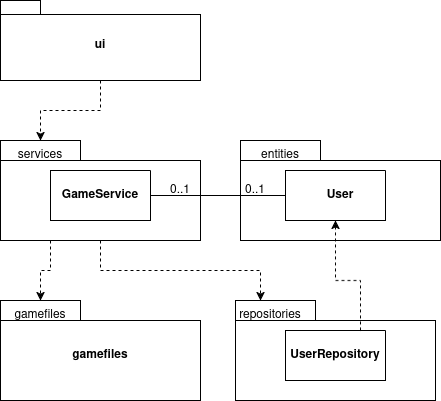
Before: dokumentaatio/kuvat/arkkitehtuuri-pakkaus-luokat.png, a diagram exported from draw.io (jaahauss/ot-harjoitustyo). Source tidied: cells renumbered, new cells last; positions are measured from the earlier drawing's top-left corner, leaving out a move shared by most shapes.
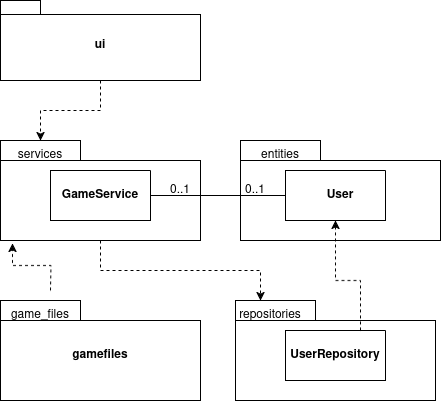
Above is the later version.

What changed in the source:
```diff
@@ -17,8 +17,10 @@
         </Array>
       </mxGeometry>
     </mxCell>
-    <mxCell id="5" style="edgeStyle=orthogonalEdgeStyle;rounded=0;jettySize=auto;html=1;exitX=0.25;exitY=1;exitDx=0;exitDy=0;exitPerimeter=0;entryX=0.5;entryY=0;entryDx=0;entryDy=0;dashed=1;" parent="1" edge="1" source="6" target="20">
-      <mxGeometry relative="1" as="geometry" />
+    <mxCell id="5" style="edgeStyle=orthogonalEdgeStyle;rounded=0;jettySize=auto;html=1;entryX=0.06;entryY=1.03;entryDx=0;entryDy=0;dashed=1;entryPerimeter=0;" parent="1" edge="1" target="6">
+      <mxGeometry relative="1" as="geometry">
+        <mxPoint x="50" y="290" as="sourcePoint" />
+      </mxGeometry>
     </mxCell>
     <mxCell id="6" value="GameService" style="shape=folder;fontStyle=1;spacingTop=10;tabWidth=80;tabHeight=20;tabPosition=left;html=1;whiteSpace=wrap;" parent="1" vertex="1">
       <mxGeometry y="140" width="200" height="100" as="geometry" />
@@ -67,8 +69,8 @@
     <mxCell id="19" value="gamefiles" style="shape=folder;fontStyle=1;spacingTop=10;tabWidth=80;tabHeight=20;tabPosition=left;html=1;whiteSpace=wrap;" parent="1" vertex="1">
       <mxGeometry y="300" width="200" height="100" as="geometry" />
     </mxCell>
-    <mxCell id="20" value="gamefiles" style="text;html=1;align=center;verticalAlign=middle;whiteSpace=wrap;rounded=0;" parent="1" vertex="1">
-      <mxGeometry x="10" y="300" width="60" height="30" as="geometry" />
-    </mxCell>
+    <mxCell id="21" value="game_files" style="text;strokeColor=none;align=center;fillColor=none;html=1;verticalAlign=middle;whiteSpace=wrap;rounded=0;" parent="1" vertex="1">
+      <mxGeometry x="10" y="300" width="60" height="30" as="geometry" />
+    </mxCell>
   </root>
 </mxGraphModel>
```
